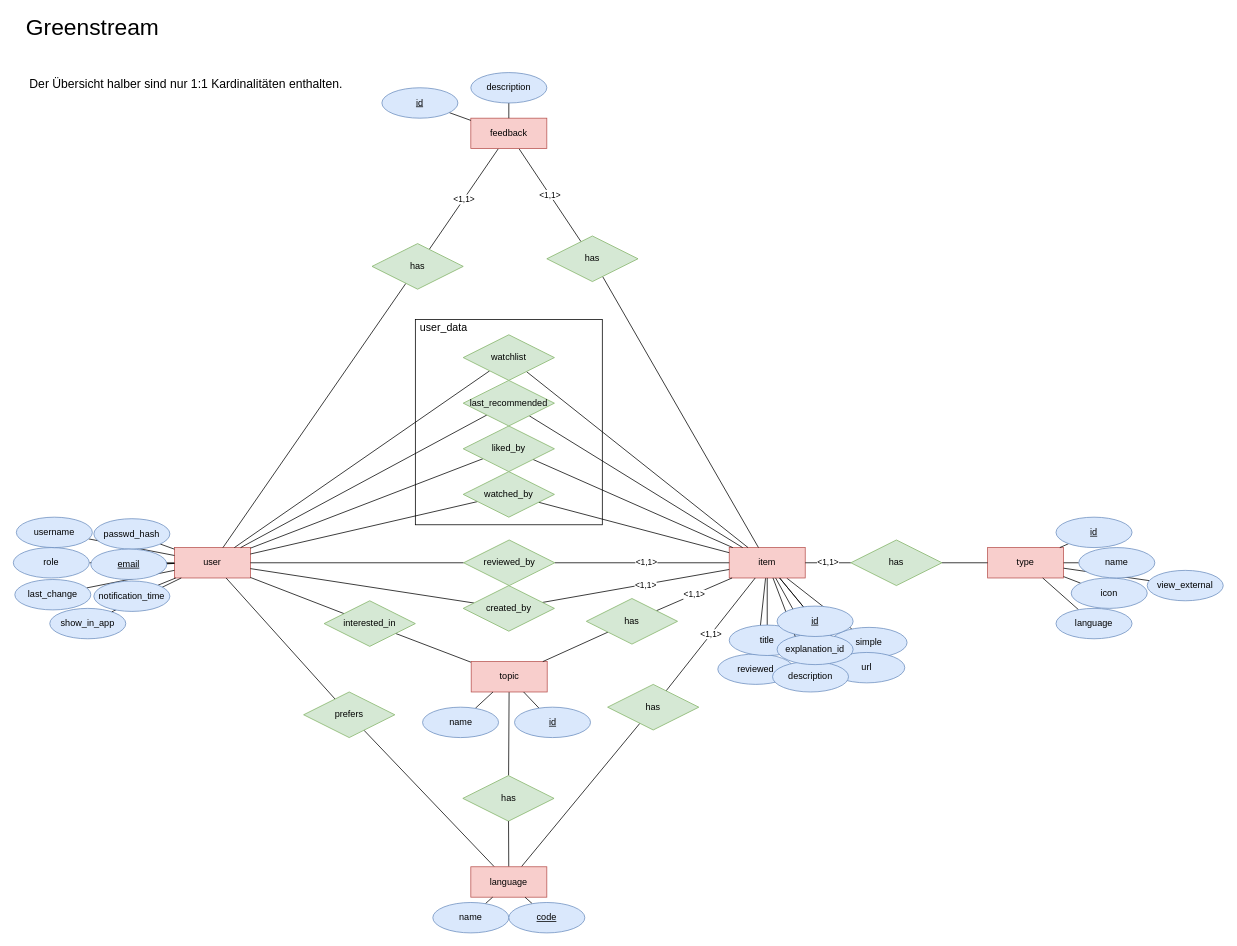
This is greenstream.drawio from daniel-ackermann/greenStreamBackend, a draw.io file, before an edit. Source tidied: cells renumbered, new cells numbered last; positions are measured from the earlier drawing's top-left corner, leaving out a move shared by most shapes. Both pictures are drawn from the tidied source at 76%, with x=0, y=0 at pixel (13, 18).
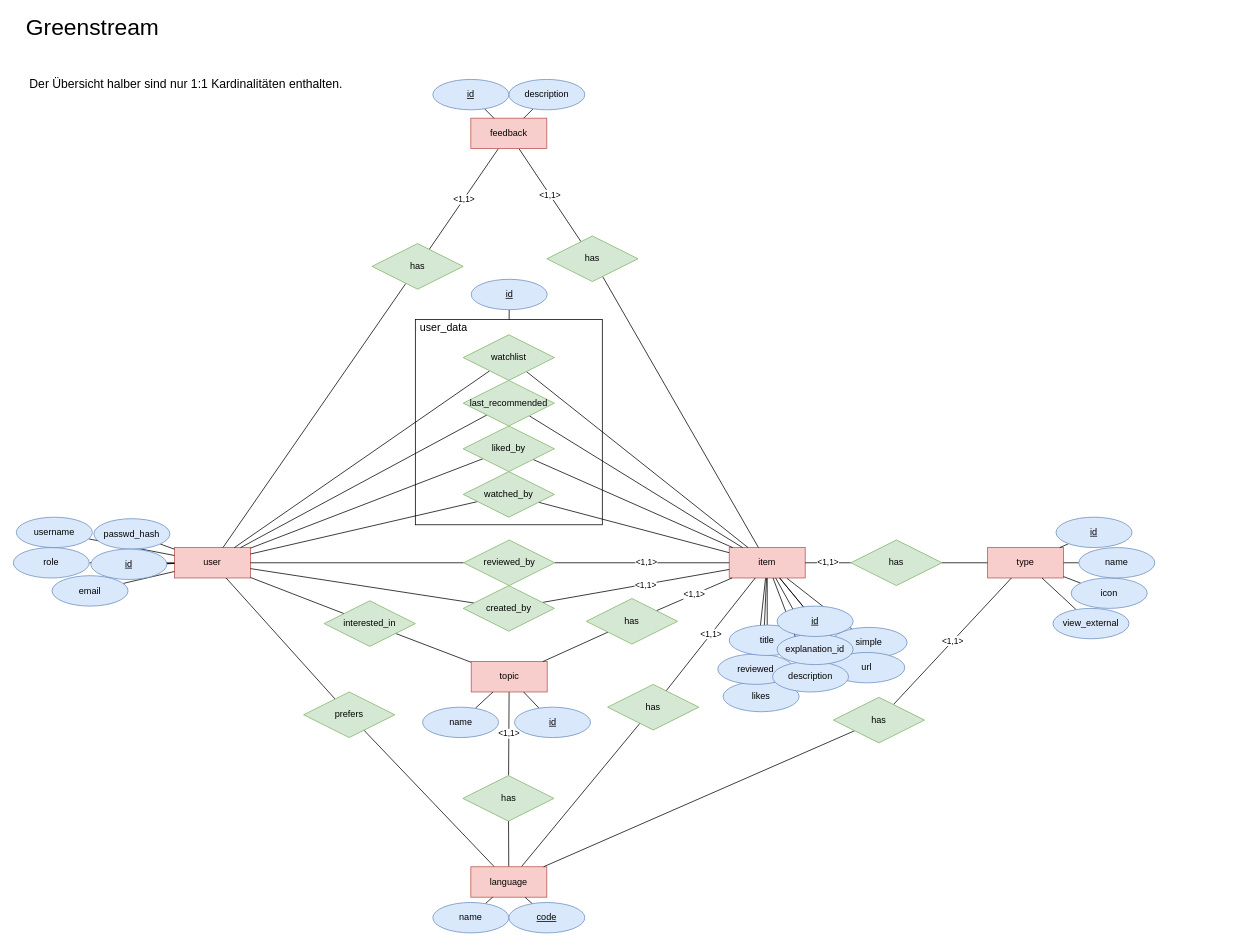
The same diagram, later.

The change refers to these unchanged cells:
```xml
<mxCell id="8" style="rounded=0;whiteSpace=wrap;html=1;" parent="1" vertex="1">
  <mxGeometry x="529" y="396" width="246" height="270" as="geometry" />
</mxCell>
<mxCell id="9" value="user" style="whiteSpace=wrap;html=1;align=center;rounded=0;strokeColor=#b85450;fillColor=#f8cecc;" parent="1" vertex="1">
  <mxGeometry x="212" y="696" width="100" height="40" as="geometry" />
</mxCell>
<mxCell id="10" value="&lt;div&gt;item&lt;/div&gt;" style="whiteSpace=wrap;html=1;align=center;rounded=0;strokeColor=#b85450;fillColor=#f8cecc;" parent="1" vertex="1">
  <mxGeometry x="942" y="696" width="100" height="40" as="geometry" />
</mxCell>
<mxCell id="33" value="has" style="shape=rhombus;perimeter=rhombusPerimeter;whiteSpace=wrap;html=1;align=center;rounded=0;strokeColor=#82b366;fillColor=#d5e8d4;" parent="1" vertex="1">
  <mxGeometry x="591.5" y="996" width="120" height="60" as="geometry" />
</mxCell>
<mxCell id="41" value="&lt;div&gt;topic&lt;/div&gt;" style="whiteSpace=wrap;html=1;align=center;rounded=0;strokeColor=#b85450;fillColor=#f8cecc;" parent="1" vertex="1">
  <mxGeometry x="602.5" y="846" width="100" height="40" as="geometry" />
</mxCell>
<mxCell id="46" value="type" style="whiteSpace=wrap;html=1;align=center;rounded=0;strokeColor=#b85450;fillColor=#f8cecc;" parent="1" vertex="1">
  <mxGeometry x="1282" y="696" width="100" height="40" as="geometry" />
</mxCell>
<mxCell id="95" value="language" style="whiteSpace=wrap;html=1;align=center;rounded=0;strokeColor=#b85450;fillColor=#f8cecc;" parent="1" vertex="1">
  <mxGeometry x="602" y="1116" width="100" height="40" as="geometry" />
</mxCell>
```

The edit, as a diff of the source:
```diff
@@
-    <mxCell id="2" value="show_in_app" style="ellipse;whiteSpace=wrap;html=1;align=center;strokeColor=#6c8ebf;fillColor=#dae8fc;" parent="1" vertex="1">
-      <mxGeometry x="48" y="776" width="100" height="40" as="geometry" />
-    </mxCell>
+    <mxCell id="108" style="edgeStyle=none;rounded=0;jettySize=auto;html=1;endArrow=none;endFill=0;" parent="1" edge="1" source="109" target="10">
+      <mxGeometry relative="1" as="geometry" />
+    </mxCell>
+    <mxCell id="109" value="likes" style="ellipse;whiteSpace=wrap;html=1;align=center;strokeColor=#6c8ebf;fillColor=#dae8fc;" parent="1" vertex="1">
+      <mxGeometry x="934" y="872" width="100" height="40" as="geometry" />
+    </mxCell>
@@
-    <mxCell id="32" style="edgeStyle=none;rounded=0;jettySize=auto;html=1;endArrow=none;endFill=0;" parent="1" edge="1" source="33" target="41">
+    <mxCell id="32" value="&amp;lt;1,1&amp;gt;" style="edgeStyle=none;rounded=0;jettySize=auto;html=1;endArrow=none;endFill=0;" parent="1" edge="1" source="33" target="41">
       <mxGeometry relative="1" as="geometry" />
     </mxCell>
@@
-    <mxCell id="52" style="edgeStyle=none;rounded=0;jettySize=auto;html=1;endArrow=none;endFill=0;" parent="1" edge="1" source="53" target="46">
-      <mxGeometry relative="1" as="geometry" />
-    </mxCell>
-    <mxCell id="53" value="language" style="ellipse;whiteSpace=wrap;html=1;align=center;strokeColor=#6c8ebf;fillColor=#dae8fc;" parent="1" vertex="1">
-      <mxGeometry x="1372" y="776" width="100" height="40" as="geometry" />
-    </mxCell>
@@
     <mxCell id="55" value="view_external" style="ellipse;whiteSpace=wrap;html=1;align=center;strokeColor=#6c8ebf;fillColor=#dae8fc;" parent="1" vertex="1">
-      <mxGeometry x="1492" y="726" width="100" height="40" as="geometry" />
+      <mxGeometry x="1368" y="776" width="100" height="40" as="geometry" />
     </mxCell>
@@
-    <mxCell id="65" style="group;" parent="1" vertex="1">
-      <mxGeometry x="485" y="71" width="217" height="100" as="geometry" />
-    </mxCell>
-    <mxCell id="66" value="feedback" style="whiteSpace=wrap;html=1;align=center;rounded=0;strokeColor=#b85450;fillColor=#f8cecc;" parent="65" vertex="1">
-      <mxGeometry x="117" y="60" width="100" height="40" as="geometry" />
-    </mxCell>
-    <mxCell id="67" style="edgeStyle=none;rounded=0;jettySize=auto;html=1;endArrow=none;endFill=0;" parent="65" edge="1" source="68" target="66">
-      <mxGeometry relative="1" as="geometry" />
-    </mxCell>
-    <mxCell id="68" value="description" style="ellipse;whiteSpace=wrap;html=1;align=center;strokeColor=#6c8ebf;fillColor=#dae8fc;" parent="65" vertex="1">
-      <mxGeometry x="117" width="100" height="40" as="geometry" />
-    </mxCell>
-    <mxCell id="69" style="edgeStyle=none;rounded=0;jettySize=auto;html=1;endArrow=none;endFill=0;" parent="65" edge="1" source="70" target="66">
-      <mxGeometry relative="1" as="geometry" />
-    </mxCell>
-    <mxCell id="70" value="id" style="ellipse;whiteSpace=wrap;html=1;align=center;fontStyle=4;fillColor=#dae8fc;strokeColor=#6c8ebf;" parent="65" vertex="1">
-      <mxGeometry y="20" width="100" height="40" as="geometry" />
-    </mxCell>
@@
-    <mxCell id="80" style="edgeStyle=none;rounded=0;jettySize=auto;html=1;endArrow=none;endFill=0;" parent="1" edge="1" source="81" target="9">
-      <mxGeometry relative="1" as="geometry" />
-    </mxCell>
-    <mxCell id="81" value="last_change" style="ellipse;whiteSpace=wrap;html=1;align=center;strokeColor=#6c8ebf;fillColor=#dae8fc;" parent="1" vertex="1">
-      <mxGeometry x="2" y="738" width="100" height="40" as="geometry" />
-    </mxCell>
@@
-    <mxCell id="83" style="edgeStyle=none;rounded=0;jettySize=auto;html=1;endArrow=none;endFill=0;" parent="1" edge="1" source="2" target="9">
-      <mxGeometry relative="1" as="geometry" />
-    </mxCell>
@@
-    <mxCell id="106" value="email" style="ellipse;whiteSpace=wrap;html=1;align=center;fontStyle=4;fillColor=#dae8fc;strokeColor=#6c8ebf;" parent="1" vertex="1">
+    <mxCell id="106" value="id" style="ellipse;whiteSpace=wrap;html=1;align=center;fontStyle=4;fillColor=#dae8fc;strokeColor=#6c8ebf;" parent="1" vertex="1">
       <mxGeometry x="102" y="698" width="100" height="40" as="geometry" />
     </mxCell>
-    <mxCell id="107" value="notification_time" style="ellipse;whiteSpace=wrap;html=1;align=center;strokeColor=#6c8ebf;fillColor=#dae8fc;" parent="1" vertex="1">
-      <mxGeometry x="106" y="740" width="100" height="40" as="geometry" />
+    <mxCell id="107" value="email" style="ellipse;whiteSpace=wrap;html=1;align=center;strokeColor=#6c8ebf;fillColor=#dae8fc;" parent="1" vertex="1">
+      <mxGeometry x="51" y="733" width="100" height="40" as="geometry" />
     </mxCell>
+    <mxCell id="110" value="&amp;lt;1,1&amp;gt;" style="rounded=0;jettySize=auto;html=1;endArrow=none;endFill=0;" parent="1" edge="1" source="112" target="46">
+      <mxGeometry relative="1" as="geometry" />
+    </mxCell>
+    <mxCell id="111" style="edgeStyle=none;rounded=0;jettySize=auto;html=1;endArrow=none;endFill=0;" parent="1" edge="1" source="112" target="95">
+      <mxGeometry relative="1" as="geometry" />
+    </mxCell>
+    <mxCell id="112" value="has" style="shape=rhombus;perimeter=rhombusPerimeter;whiteSpace=wrap;html=1;align=center;rounded=0;strokeColor=#82b366;fillColor=#d5e8d4;" parent="1" vertex="1">
+      <mxGeometry x="1079" y="893" width="120" height="60" as="geometry" />
+    </mxCell>
+    <mxCell id="113" style="edgeStyle=none;rounded=0;jettySize=auto;html=1;endArrow=none;endFill=0;" parent="1" edge="1" source="114" target="8">
+      <mxGeometry relative="1" as="geometry" />
+    </mxCell>
+    <mxCell id="114" value="id" style="ellipse;whiteSpace=wrap;html=1;align=center;fontStyle=4;fillColor=#dae8fc;strokeColor=#6c8ebf;" parent="1" vertex="1">
+      <mxGeometry x="602.5" y="343" width="100" height="40" as="geometry" />
+    </mxCell>
+    <mxCell id="66" value="feedback" style="whiteSpace=wrap;html=1;align=center;rounded=0;strokeColor=#b85450;fillColor=#f8cecc;" parent="1" vertex="1">
+      <mxGeometry x="602" y="131" width="100" height="40" as="geometry" />
+    </mxCell>
+    <mxCell id="67" style="edgeStyle=none;rounded=0;jettySize=auto;html=1;endArrow=none;endFill=0;" parent="1" edge="1" source="68" target="66">
+      <mxGeometry x="660" y="-513" as="geometry" />
+    </mxCell>
+    <mxCell id="68" value="description" style="ellipse;whiteSpace=wrap;html=1;align=center;strokeColor=#6c8ebf;fillColor=#dae8fc;" parent="1" vertex="1">
+      <mxGeometry x="652" y="80" width="100" height="40" as="geometry" />
+    </mxCell>
+    <mxCell id="69" style="edgeStyle=none;rounded=0;jettySize=auto;html=1;endArrow=none;endFill=0;" parent="1" edge="1" source="70" target="66">
+      <mxGeometry x="660" y="-513" as="geometry" />
+    </mxCell>
+    <mxCell id="70" value="id" style="ellipse;whiteSpace=wrap;html=1;align=center;fontStyle=4;fillColor=#dae8fc;strokeColor=#6c8ebf;" parent="1" vertex="1">
+      <mxGeometry x="552" y="80" width="100" height="40" as="geometry" />
+    </mxCell>
```
